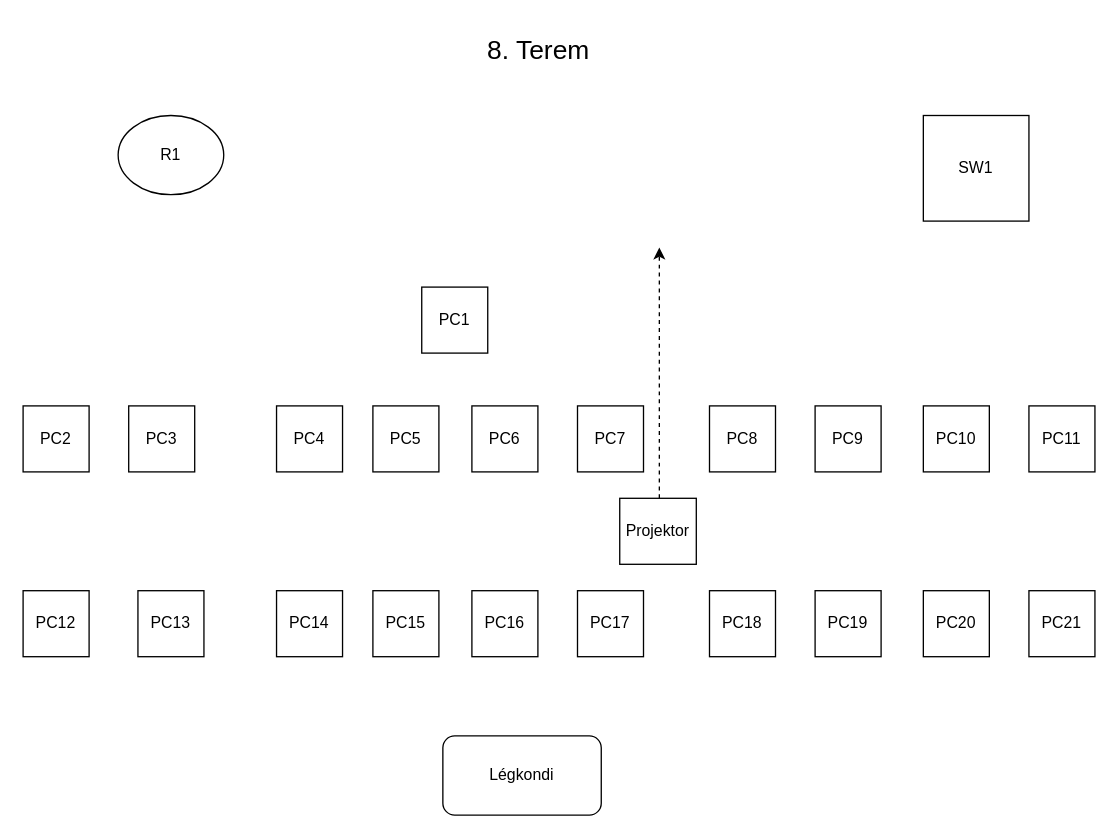
This is Fizikai topológia.drawio from DefinetlyDam/Haszontalan_Hadsereg, a draw.io file, before an edit. Source tidied: cells renumbered, new cells numbered last; positions are measured from the earlier drawing's top-left corner, leaving out a move shared by most shapes. Both pictures are drawn from the tidied source at 132%, with x=0, y=0 at pixel (22, 22).
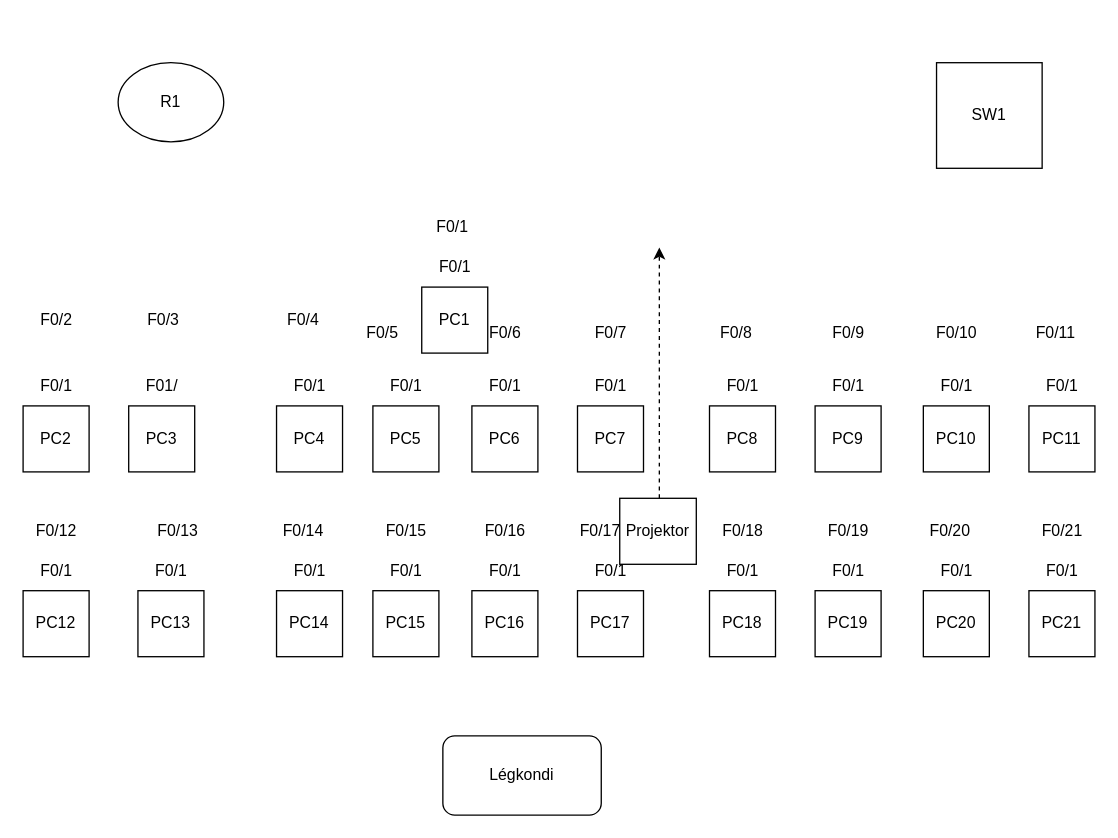
After the change.

Change to the diagram source:
```diff
@@
     <mxCell id="24" value="SW1" style="whiteSpace=wrap;html=1;" parent="1" vertex="1">
-      <mxGeometry x="682" y="70" width="80" height="80" as="geometry" />
+      <mxGeometry x="692" y="30" width="80" height="80" as="geometry" />
     </mxCell>
@@
     <mxCell id="26" value="R1" style="ellipse;whiteSpace=wrap;html=1;" parent="1" vertex="1">
-      <mxGeometry x="72" y="70" width="80" height="60" as="geometry" />
+      <mxGeometry x="72" y="30" width="80" height="60" as="geometry" />
     </mxCell>
@@
-    <mxCell id="28" value="8. Terem" style="text;strokeColor=none;fillColor=none;align=left;verticalAlign=middle;spacingLeft=4;spacingRight=4;overflow=hidden;whiteSpace=wrap;html=1;fontSize=20;" parent="1" vertex="1">
-      <mxGeometry x="346" width="96" height="40" as="geometry" />
-    </mxCell>
+    <mxCell id="29" value="F0/1" style="text;html=1;align=center;verticalAlign=middle;strokeColor=none;fillColor=none;" parent="1" vertex="1">
+      <mxGeometry y="400" width="50" height="30" as="geometry" />
+    </mxCell>
+    <mxCell id="30" value="F0/1" style="text;html=1;align=center;verticalAlign=middle;strokeColor=none;fillColor=none;" parent="1" vertex="1">
+      <mxGeometry y="260" width="50" height="30" as="geometry" />
+    </mxCell>
+    <mxCell id="31" value="F0/1" style="text;html=1;align=center;verticalAlign=middle;strokeColor=none;fillColor=none;" parent="1" vertex="1">
+      <mxGeometry x="192" y="400" width="50" height="30" as="geometry" />
+    </mxCell>
+    <mxCell id="32" value="F0/1" style="text;html=1;align=center;verticalAlign=middle;strokeColor=none;fillColor=none;" parent="1" vertex="1">
+      <mxGeometry x="87" y="400" width="50" height="30" as="geometry" />
+    </mxCell>
+    <mxCell id="33" value="F01/" style="text;html=1;align=center;verticalAlign=middle;strokeColor=none;fillColor=none;" parent="1" vertex="1">
+      <mxGeometry x="80" y="260" width="50" height="30" as="geometry" />
+    </mxCell>
+    <mxCell id="34" value="F0/2" style="text;html=1;align=center;verticalAlign=middle;strokeColor=none;fillColor=none;" parent="1" vertex="1">
+      <mxGeometry y="210" width="50" height="30" as="geometry" />
+    </mxCell>
+    <mxCell id="35" value="F0/1" style="text;html=1;align=center;verticalAlign=middle;strokeColor=none;fillColor=none;" parent="1" vertex="1">
+      <mxGeometry x="265" y="400" width="50" height="30" as="geometry" />
+    </mxCell>
+    <mxCell id="36" value="F0/1" style="text;html=1;align=center;verticalAlign=middle;strokeColor=none;fillColor=none;" parent="1" vertex="1">
+      <mxGeometry x="682" y="260" width="50" height="30" as="geometry" />
+    </mxCell>
+    <mxCell id="37" value="F0/1" style="text;html=1;align=center;verticalAlign=middle;strokeColor=none;fillColor=none;" parent="1" vertex="1">
+      <mxGeometry x="302" y="170" width="50" height="30" as="geometry" />
+    </mxCell>
+    <mxCell id="38" value="F0/1" style="text;html=1;align=center;verticalAlign=middle;strokeColor=none;fillColor=none;" parent="1" vertex="1">
+      <mxGeometry x="600" y="260" width="50" height="30" as="geometry" />
+    </mxCell>
+    <mxCell id="39" value="F0/1" style="text;html=1;align=center;verticalAlign=middle;strokeColor=none;fillColor=none;" parent="1" vertex="1">
+      <mxGeometry x="192" y="260" width="50" height="30" as="geometry" />
+    </mxCell>
+    <mxCell id="40" value="F0/1" style="text;html=1;align=center;verticalAlign=middle;strokeColor=none;fillColor=none;" parent="1" vertex="1">
+      <mxGeometry x="520" y="260" width="50" height="30" as="geometry" />
+    </mxCell>
+    <mxCell id="41" value="F0/1" style="text;html=1;align=center;verticalAlign=middle;strokeColor=none;fillColor=none;" parent="1" vertex="1">
+      <mxGeometry x="420" y="260" width="50" height="30" as="geometry" />
+    </mxCell>
+    <mxCell id="42" value="F0/1" style="text;html=1;align=center;verticalAlign=middle;strokeColor=none;fillColor=none;" parent="1" vertex="1">
+      <mxGeometry x="340" y="260" width="50" height="30" as="geometry" />
+    </mxCell>
+    <mxCell id="43" value="F0/1" style="text;html=1;align=center;verticalAlign=middle;strokeColor=none;fillColor=none;" parent="1" vertex="1">
+      <mxGeometry x="265" y="260" width="50" height="30" as="geometry" />
+    </mxCell>
+    <mxCell id="44" value="F0/1" style="text;html=1;align=center;verticalAlign=middle;strokeColor=none;fillColor=none;" parent="1" vertex="1">
+      <mxGeometry x="762" y="260" width="50" height="30" as="geometry" />
+    </mxCell>
+    <mxCell id="45" value="F0/1" style="text;html=1;align=center;verticalAlign=middle;strokeColor=none;fillColor=none;" parent="1" vertex="1">
+      <mxGeometry x="682" y="400" width="50" height="30" as="geometry" />
+    </mxCell>
+    <mxCell id="46" value="F0/1" style="text;html=1;align=center;verticalAlign=middle;strokeColor=none;fillColor=none;" parent="1" vertex="1">
+      <mxGeometry x="600" y="400" width="50" height="30" as="geometry" />
+    </mxCell>
+    <mxCell id="47" value="F0/1" style="text;html=1;align=center;verticalAlign=middle;strokeColor=none;fillColor=none;" parent="1" vertex="1">
+      <mxGeometry x="520" y="400" width="50" height="30" as="geometry" />
+    </mxCell>
+    <mxCell id="48" value="F0/1" style="text;html=1;align=center;verticalAlign=middle;strokeColor=none;fillColor=none;" parent="1" vertex="1">
+      <mxGeometry x="420" y="400" width="50" height="30" as="geometry" />
+    </mxCell>
+    <mxCell id="49" value="F0/1" style="text;html=1;align=center;verticalAlign=middle;strokeColor=none;fillColor=none;" parent="1" vertex="1">
+      <mxGeometry x="340" y="400" width="50" height="30" as="geometry" />
+    </mxCell>
+    <mxCell id="50" value="F0/1" style="text;html=1;align=center;verticalAlign=middle;strokeColor=none;fillColor=none;" parent="1" vertex="1">
+      <mxGeometry x="762" y="400" width="50" height="30" as="geometry" />
+    </mxCell>
+    <mxCell id="51" value="F0/4" style="text;html=1;align=center;verticalAlign=middle;strokeColor=none;fillColor=none;" parent="1" vertex="1">
+      <mxGeometry x="187" y="210" width="50" height="30" as="geometry" />
+    </mxCell>
+    <mxCell id="52" value="F0/6" style="text;html=1;align=center;verticalAlign=middle;strokeColor=none;fillColor=none;" parent="1" vertex="1">
+      <mxGeometry x="340" y="220" width="50" height="30" as="geometry" />
+    </mxCell>
+    <mxCell id="53" value="F0/5" style="text;html=1;align=center;verticalAlign=middle;strokeColor=none;fillColor=none;" parent="1" vertex="1">
+      <mxGeometry x="247" y="220" width="50" height="30" as="geometry" />
+    </mxCell>
+    <mxCell id="54" value="F0/3" style="text;html=1;align=center;verticalAlign=middle;strokeColor=none;fillColor=none;" parent="1" vertex="1">
+      <mxGeometry x="81" y="210" width="50" height="30" as="geometry" />
+    </mxCell>
+    <mxCell id="55" value="F0/9" style="text;html=1;align=center;verticalAlign=middle;strokeColor=none;fillColor=none;" parent="1" vertex="1">
+      <mxGeometry x="600" y="220" width="50" height="30" as="geometry" />
+    </mxCell>
+    <mxCell id="56" value="F0/7" style="text;html=1;align=center;verticalAlign=middle;strokeColor=none;fillColor=none;" parent="1" vertex="1">
+      <mxGeometry x="420" y="220" width="50" height="30" as="geometry" />
+    </mxCell>
+    <mxCell id="57" value="F0/1" style="text;html=1;align=center;verticalAlign=middle;strokeColor=none;fillColor=none;" parent="1" vertex="1">
+      <mxGeometry x="300" y="140" width="50" height="30" as="geometry" />
+    </mxCell>
+    <mxCell id="58" value="F0/8" style="text;html=1;align=center;verticalAlign=middle;strokeColor=none;fillColor=none;" parent="1" vertex="1">
+      <mxGeometry x="515" y="220" width="50" height="30" as="geometry" />
+    </mxCell>
+    <mxCell id="59" value="F0/15" style="text;html=1;align=center;verticalAlign=middle;strokeColor=none;fillColor=none;" parent="1" vertex="1">
+      <mxGeometry x="265" y="370" width="50" height="30" as="geometry" />
+    </mxCell>
+    <mxCell id="60" value="F0/16" style="text;html=1;align=center;verticalAlign=middle;strokeColor=none;fillColor=none;" parent="1" vertex="1">
+      <mxGeometry x="340" y="370" width="50" height="30" as="geometry" />
+    </mxCell>
+    <mxCell id="61" value="F0/17" style="text;html=1;align=center;verticalAlign=middle;strokeColor=none;fillColor=none;" parent="1" vertex="1">
+      <mxGeometry x="412" y="370" width="50" height="30" as="geometry" />
+    </mxCell>
+    <mxCell id="62" value="F0/18" style="text;html=1;align=center;verticalAlign=middle;strokeColor=none;fillColor=none;" parent="1" vertex="1">
+      <mxGeometry x="520" y="370" width="50" height="30" as="geometry" />
+    </mxCell>
+    <mxCell id="63" value="F0/19" style="text;html=1;align=center;verticalAlign=middle;strokeColor=none;fillColor=none;" parent="1" vertex="1">
+      <mxGeometry x="600" y="370" width="50" height="30" as="geometry" />
+    </mxCell>
+    <mxCell id="64" value="F0/20" style="text;html=1;align=center;verticalAlign=middle;strokeColor=none;fillColor=none;" parent="1" vertex="1">
+      <mxGeometry x="677" y="370" width="50" height="30" as="geometry" />
+    </mxCell>
+    <mxCell id="65" value="F0/21" style="text;html=1;align=center;verticalAlign=middle;strokeColor=none;fillColor=none;" parent="1" vertex="1">
+      <mxGeometry x="762" y="370" width="50" height="30" as="geometry" />
+    </mxCell>
+    <mxCell id="66" value="F0/11" style="text;html=1;align=center;verticalAlign=middle;strokeColor=none;fillColor=none;" parent="1" vertex="1">
+      <mxGeometry x="757" y="220" width="50" height="30" as="geometry" />
+    </mxCell>
+    <mxCell id="67" value="F0/10" style="text;html=1;align=center;verticalAlign=middle;strokeColor=none;fillColor=none;" parent="1" vertex="1">
+      <mxGeometry x="682" y="220" width="50" height="30" as="geometry" />
+    </mxCell>
+    <mxCell id="68" value="F0/12" style="text;html=1;align=center;verticalAlign=middle;strokeColor=none;fillColor=none;" parent="1" vertex="1">
+      <mxGeometry y="370" width="50" height="30" as="geometry" />
+    </mxCell>
+    <mxCell id="69" value="F0/13" style="text;html=1;align=center;verticalAlign=middle;strokeColor=none;fillColor=none;" parent="1" vertex="1">
+      <mxGeometry x="92" y="370" width="50" height="30" as="geometry" />
+    </mxCell>
+    <mxCell id="70" value="F0/14" style="text;html=1;align=center;verticalAlign=middle;strokeColor=none;fillColor=none;" parent="1" vertex="1">
+      <mxGeometry x="187" y="370" width="50" height="30" as="geometry" />
+    </mxCell>
```
